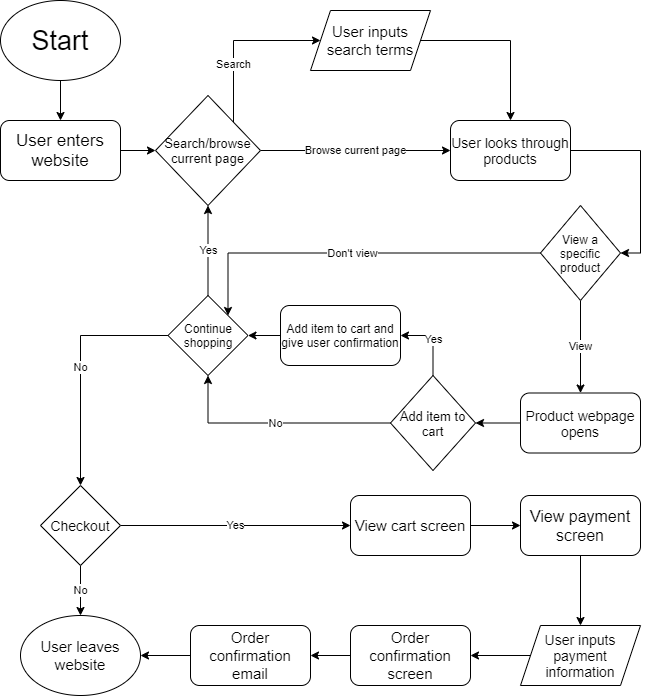
The draw.io diagram part2/part2.drawio.png in s8subram/sp21-cse110-lab4, before a commit. Source tidied: cells renumbered, new cells last; positions are measured from the earlier drawing's top-left corner, leaving out a move shared by most shapes. Source of this version:
```xml
<mxGraphModel>
  <root>
    <mxCell id="0" />
    <mxCell id="1" parent="0" />
    <mxCell id="2" style="edgeStyle=orthogonalEdgeStyle;rounded=0;jettySize=auto;html=1;entryX=0.5;entryY=0;entryDx=0;entryDy=0;" parent="1" edge="1" source="3" target="5">
      <mxGeometry relative="1" as="geometry" />
    </mxCell>
    <mxCell id="3" value="&lt;font style=&quot;font-size: 27px&quot;&gt;Start&lt;/font&gt;" style="ellipse;whiteSpace=wrap;html=1;" parent="1" vertex="1">
      <mxGeometry width="120" height="80" as="geometry" />
    </mxCell>
    <mxCell id="4" style="edgeStyle=orthogonalEdgeStyle;rounded=0;jettySize=auto;html=1;entryX=0;entryY=0.5;entryDx=0;entryDy=0;" parent="1" edge="1" source="5" target="8">
      <mxGeometry relative="1" as="geometry" />
    </mxCell>
    <mxCell id="5" value="&lt;font style=&quot;font-size: 17px&quot;&gt;User enters website&lt;/font&gt;" style="rounded=1;whiteSpace=wrap;html=1;" parent="1" vertex="1">
      <mxGeometry y="120" width="120" height="60" as="geometry" />
    </mxCell>
    <mxCell id="6" value="Browse current page" style="edgeStyle=orthogonalEdgeStyle;rounded=0;jettySize=auto;html=1;" parent="1" edge="1" source="8" target="12">
      <mxGeometry relative="1" as="geometry" />
    </mxCell>
    <mxCell id="7" value="Search" style="edgeStyle=orthogonalEdgeStyle;rounded=0;jettySize=auto;html=1;entryX=0;entryY=0.5;entryDx=0;entryDy=0;exitX=1;exitY=0;exitDx=0;exitDy=0;" parent="1" edge="1" source="8" target="10">
      <mxGeometry relative="1" as="geometry">
        <Array as="points">
          <mxPoint x="209" y="125" />
          <mxPoint x="233" y="125" />
          <mxPoint x="233" y="50" />
        </Array>
      </mxGeometry>
    </mxCell>
    <mxCell id="8" value="&lt;font style=&quot;font-size: 13px&quot;&gt;Search/browse current page&lt;/font&gt;" style="rhombus;whiteSpace=wrap;html=1;" parent="1" vertex="1">
      <mxGeometry x="155" y="95" width="105" height="110" as="geometry" />
    </mxCell>
    <mxCell id="9" style="edgeStyle=orthogonalEdgeStyle;rounded=0;jettySize=auto;html=1;" parent="1" edge="1" source="10" target="12">
      <mxGeometry relative="1" as="geometry" />
    </mxCell>
    <mxCell id="10" value="&lt;font style=&quot;font-size: 15px&quot;&gt;User inputs search terms&lt;/font&gt;" style="shape=parallelogram;perimeter=parallelogramPerimeter;whiteSpace=wrap;html=1;fixedSize=1;" parent="1" vertex="1">
      <mxGeometry x="310" y="10" width="120" height="60" as="geometry" />
    </mxCell>
    <mxCell id="11" style="edgeStyle=orthogonalEdgeStyle;rounded=0;jettySize=auto;html=1;entryX=1;entryY=0.5;entryDx=0;entryDy=0;exitX=1;exitY=0.5;exitDx=0;exitDy=0;" parent="1" edge="1" source="12" target="15">
      <mxGeometry relative="1" as="geometry" />
    </mxCell>
    <mxCell id="12" value="&lt;font style=&quot;font-size: 14px&quot;&gt;User looks through products&lt;/font&gt;" style="rounded=1;whiteSpace=wrap;html=1;" parent="1" vertex="1">
      <mxGeometry x="450" y="120" width="120" height="60" as="geometry" />
    </mxCell>
    <mxCell id="13" value="View" style="edgeStyle=orthogonalEdgeStyle;rounded=0;jettySize=auto;html=1;entryX=0.5;entryY=0;entryDx=0;entryDy=0;exitX=0.5;exitY=1;exitDx=0;exitDy=0;" parent="1" edge="1" source="15" target="20">
      <mxGeometry relative="1" as="geometry" />
    </mxCell>
    <mxCell id="14" value="Don't view" style="edgeStyle=orthogonalEdgeStyle;rounded=0;jettySize=auto;html=1;entryX=1;entryY=0;entryDx=0;entryDy=0;" parent="1" edge="1" source="15" target="18">
      <mxGeometry relative="1" as="geometry">
        <Array as="points">
          <mxPoint x="228" y="253" />
        </Array>
      </mxGeometry>
    </mxCell>
    <mxCell id="15" value="View a specific product" style="rhombus;whiteSpace=wrap;html=1;" parent="1" vertex="1">
      <mxGeometry x="540" y="205" width="80" height="95" as="geometry" />
    </mxCell>
    <mxCell id="16" value="No" style="edgeStyle=orthogonalEdgeStyle;rounded=0;jettySize=auto;html=1;entryX=0.5;entryY=0;entryDx=0;entryDy=0;" parent="1" edge="1" source="18" target="28">
      <mxGeometry relative="1" as="geometry" />
    </mxCell>
    <mxCell id="17" value="Yes" style="edgeStyle=orthogonalEdgeStyle;rounded=0;jettySize=auto;html=1;entryX=0.5;entryY=1;entryDx=0;entryDy=0;" parent="1" edge="1" source="18" target="8">
      <mxGeometry relative="1" as="geometry" />
    </mxCell>
    <mxCell id="18" value="Continue shopping" style="rhombus;whiteSpace=wrap;html=1;" parent="1" vertex="1">
      <mxGeometry x="167.5" y="295" width="80" height="80" as="geometry" />
    </mxCell>
    <mxCell id="19" style="edgeStyle=orthogonalEdgeStyle;rounded=0;jettySize=auto;html=1;entryX=1;entryY=0.5;entryDx=0;entryDy=0;" parent="1" edge="1" source="20" target="23">
      <mxGeometry relative="1" as="geometry" />
    </mxCell>
    <mxCell id="20" value="&lt;font style=&quot;font-size: 14px&quot;&gt;Product webpage opens&lt;/font&gt;" style="rounded=1;whiteSpace=wrap;html=1;" parent="1" vertex="1">
      <mxGeometry x="520" y="392.5" width="120" height="60" as="geometry" />
    </mxCell>
    <mxCell id="21" value="No" style="edgeStyle=orthogonalEdgeStyle;rounded=0;jettySize=auto;html=1;entryX=0.5;entryY=1;entryDx=0;entryDy=0;" parent="1" edge="1" source="23" target="18">
      <mxGeometry relative="1" as="geometry" />
    </mxCell>
    <mxCell id="22" value="Yes" style="edgeStyle=orthogonalEdgeStyle;rounded=0;jettySize=auto;html=1;entryX=1;entryY=0.5;entryDx=0;entryDy=0;" parent="1" edge="1" source="23" target="25">
      <mxGeometry relative="1" as="geometry" />
    </mxCell>
    <mxCell id="23" value="&lt;font style=&quot;font-size: 13px&quot;&gt;Add item to cart&lt;/font&gt;" style="rhombus;whiteSpace=wrap;html=1;" parent="1" vertex="1">
      <mxGeometry x="390" y="375" width="85" height="95" as="geometry" />
    </mxCell>
    <mxCell id="24" style="edgeStyle=orthogonalEdgeStyle;rounded=0;jettySize=auto;html=1;entryX=1;entryY=0.5;entryDx=0;entryDy=0;" parent="1" edge="1" source="25" target="18">
      <mxGeometry relative="1" as="geometry" />
    </mxCell>
    <mxCell id="25" value="Add item to cart and give user confirmation" style="rounded=1;whiteSpace=wrap;html=1;" parent="1" vertex="1">
      <mxGeometry x="280" y="305" width="120" height="60" as="geometry" />
    </mxCell>
    <mxCell id="26" value="No" style="edgeStyle=orthogonalEdgeStyle;rounded=0;jettySize=auto;html=1;entryX=0.5;entryY=0;entryDx=0;entryDy=0;" parent="1" edge="1" source="28" target="29">
      <mxGeometry relative="1" as="geometry" />
    </mxCell>
    <mxCell id="27" value="Yes" style="edgeStyle=orthogonalEdgeStyle;rounded=0;jettySize=auto;html=1;entryX=0;entryY=0.5;entryDx=0;entryDy=0;" parent="1" edge="1" source="28" target="31">
      <mxGeometry relative="1" as="geometry" />
    </mxCell>
    <mxCell id="28" value="&lt;font style=&quot;font-size: 14px&quot;&gt;Checkout&lt;/font&gt;" style="rhombus;whiteSpace=wrap;html=1;" parent="1" vertex="1">
      <mxGeometry x="40" y="485" width="80" height="80" as="geometry" />
    </mxCell>
    <mxCell id="29" value="&lt;font style=&quot;font-size: 15px&quot;&gt;User leaves website&lt;/font&gt;" style="ellipse;whiteSpace=wrap;html=1;" parent="1" vertex="1">
      <mxGeometry x="20" y="615" width="120" height="80" as="geometry" />
    </mxCell>
    <mxCell id="30" style="edgeStyle=orthogonalEdgeStyle;rounded=0;jettySize=auto;html=1;entryX=0;entryY=0.5;entryDx=0;entryDy=0;" parent="1" edge="1" source="31" target="33">
      <mxGeometry relative="1" as="geometry" />
    </mxCell>
    <mxCell id="31" value="&lt;font style=&quot;font-size: 15px&quot;&gt;View cart screen&lt;/font&gt;" style="rounded=1;whiteSpace=wrap;html=1;" parent="1" vertex="1">
      <mxGeometry x="350" y="495" width="120" height="60" as="geometry" />
    </mxCell>
    <mxCell id="32" style="edgeStyle=orthogonalEdgeStyle;rounded=0;jettySize=auto;html=1;entryX=0.5;entryY=0;entryDx=0;entryDy=0;" parent="1" edge="1" source="33" target="35">
      <mxGeometry relative="1" as="geometry" />
    </mxCell>
    <mxCell id="33" value="&lt;font style=&quot;font-size: 16px&quot;&gt;View payment screen&lt;/font&gt;" style="rounded=1;whiteSpace=wrap;html=1;" parent="1" vertex="1">
      <mxGeometry x="520" y="495" width="120" height="60" as="geometry" />
    </mxCell>
    <mxCell id="34" style="edgeStyle=orthogonalEdgeStyle;rounded=0;jettySize=auto;html=1;entryX=1;entryY=0.5;entryDx=0;entryDy=0;" parent="1" edge="1" source="35" target="37">
      <mxGeometry relative="1" as="geometry" />
    </mxCell>
    <mxCell id="35" value="&lt;font style=&quot;font-size: 14px&quot;&gt;User inputs payment information&lt;/font&gt;" style="shape=parallelogram;perimeter=parallelogramPerimeter;whiteSpace=wrap;html=1;fixedSize=1;" parent="1" vertex="1">
      <mxGeometry x="520" y="625" width="120" height="60" as="geometry" />
    </mxCell>
    <mxCell id="36" style="edgeStyle=orthogonalEdgeStyle;rounded=0;jettySize=auto;html=1;entryX=1;entryY=0.5;entryDx=0;entryDy=0;" parent="1" edge="1" source="37" target="39">
      <mxGeometry relative="1" as="geometry" />
    </mxCell>
    <mxCell id="37" value="&lt;font style=&quot;font-size: 15px&quot;&gt;Order confirmation screen&lt;/font&gt;" style="rounded=1;whiteSpace=wrap;html=1;" parent="1" vertex="1">
      <mxGeometry x="350" y="625" width="120" height="60" as="geometry" />
    </mxCell>
    <mxCell id="38" style="edgeStyle=orthogonalEdgeStyle;rounded=0;jettySize=auto;html=1;entryX=1;entryY=0.5;entryDx=0;entryDy=0;" parent="1" edge="1" source="39" target="29">
      <mxGeometry relative="1" as="geometry" />
    </mxCell>
    <mxCell id="39" value="&lt;font style=&quot;font-size: 15px&quot;&gt;Order confirmation email&lt;/font&gt;" style="rounded=1;whiteSpace=wrap;html=1;" parent="1" vertex="1">
      <mxGeometry x="190" y="625" width="120" height="60" as="geometry" />
    </mxCell>
  </root>
</mxGraphModel>
```
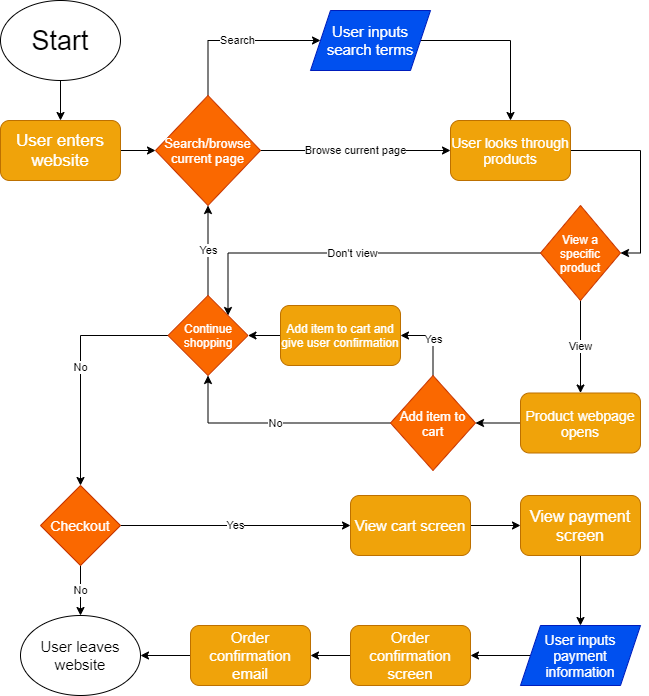
The same file after the commit.

Commit message:
Aesthetic improvements to part 2

What changed in the source:
```diff
@@ -11,34 +11,32 @@
     <mxCell id="4" style="edgeStyle=orthogonalEdgeStyle;rounded=0;jettySize=auto;html=1;entryX=0;entryY=0.5;entryDx=0;entryDy=0;" parent="1" edge="1" source="5" target="8">
       <mxGeometry relative="1" as="geometry" />
     </mxCell>
-    <mxCell id="5" value="&lt;font style=&quot;font-size: 17px&quot;&gt;User enters website&lt;/font&gt;" style="rounded=1;whiteSpace=wrap;html=1;" parent="1" vertex="1">
+    <mxCell id="5" value="&lt;font style=&quot;font-size: 17px&quot;&gt;User enters website&lt;/font&gt;" style="rounded=1;whiteSpace=wrap;html=1;fillColor=#f0a30a;strokeColor=#BD7000;fontColor=#ffffff;" parent="1" vertex="1">
       <mxGeometry y="120" width="120" height="60" as="geometry" />
     </mxCell>
     <mxCell id="6" value="Browse current page" style="edgeStyle=orthogonalEdgeStyle;rounded=0;jettySize=auto;html=1;" parent="1" edge="1" source="8" target="12">
       <mxGeometry relative="1" as="geometry" />
     </mxCell>
-    <mxCell id="7" value="Search" style="edgeStyle=orthogonalEdgeStyle;rounded=0;jettySize=auto;html=1;entryX=0;entryY=0.5;entryDx=0;entryDy=0;exitX=1;exitY=0;exitDx=0;exitDy=0;" parent="1" edge="1" source="8" target="10">
+    <mxCell id="7" value="Search" style="edgeStyle=orthogonalEdgeStyle;rounded=0;jettySize=auto;html=1;entryX=0;entryY=0.5;entryDx=0;entryDy=0;exitX=0.5;exitY=0;exitDx=0;exitDy=0;" parent="1" edge="1" source="8" target="10">
       <mxGeometry relative="1" as="geometry">
         <Array as="points">
-          <mxPoint x="209" y="125" />
-          <mxPoint x="233" y="125" />
-          <mxPoint x="233" y="50" />
+          <mxPoint x="208" y="40" />
         </Array>
       </mxGeometry>
     </mxCell>
-    <mxCell id="8" value="&lt;font style=&quot;font-size: 13px&quot;&gt;Search/browse current page&lt;/font&gt;" style="rhombus;whiteSpace=wrap;html=1;" parent="1" vertex="1">
+    <mxCell id="8" value="&lt;font style=&quot;font-size: 13px&quot;&gt;Search/browse current page&lt;/font&gt;" style="rhombus;whiteSpace=wrap;html=1;fillColor=#fa6800;strokeColor=#C73500;fontColor=#ffffff;" parent="1" vertex="1">
       <mxGeometry x="155" y="95" width="105" height="110" as="geometry" />
     </mxCell>
     <mxCell id="9" style="edgeStyle=orthogonalEdgeStyle;rounded=0;jettySize=auto;html=1;" parent="1" edge="1" source="10" target="12">
       <mxGeometry relative="1" as="geometry" />
     </mxCell>
-    <mxCell id="10" value="&lt;font style=&quot;font-size: 15px&quot;&gt;User inputs search terms&lt;/font&gt;" style="shape=parallelogram;perimeter=parallelogramPerimeter;whiteSpace=wrap;html=1;fixedSize=1;" parent="1" vertex="1">
+    <mxCell id="10" value="&lt;font style=&quot;font-size: 15px&quot;&gt;User inputs search terms&lt;/font&gt;" style="shape=parallelogram;perimeter=parallelogramPerimeter;whiteSpace=wrap;html=1;fixedSize=1;fillColor=#0050ef;strokeColor=#001DBC;fontColor=#ffffff;" parent="1" vertex="1">
       <mxGeometry x="310" y="10" width="120" height="60" as="geometry" />
     </mxCell>
     <mxCell id="11" style="edgeStyle=orthogonalEdgeStyle;rounded=0;jettySize=auto;html=1;entryX=1;entryY=0.5;entryDx=0;entryDy=0;exitX=1;exitY=0.5;exitDx=0;exitDy=0;" parent="1" edge="1" source="12" target="15">
       <mxGeometry relative="1" as="geometry" />
     </mxCell>
-    <mxCell id="12" value="&lt;font style=&quot;font-size: 14px&quot;&gt;User looks through products&lt;/font&gt;" style="rounded=1;whiteSpace=wrap;html=1;" parent="1" vertex="1">
+    <mxCell id="12" value="&lt;font style=&quot;font-size: 14px&quot;&gt;User looks through products&lt;/font&gt;" style="rounded=1;whiteSpace=wrap;html=1;fillColor=#f0a30a;strokeColor=#BD7000;fontColor=#ffffff;" parent="1" vertex="1">
       <mxGeometry x="450" y="120" width="120" height="60" as="geometry" />
     </mxCell>
     <mxCell id="13" value="View" style="edgeStyle=orthogonalEdgeStyle;rounded=0;jettySize=auto;html=1;entryX=0.5;entryY=0;entryDx=0;entryDy=0;exitX=0.5;exitY=1;exitDx=0;exitDy=0;" parent="1" edge="1" source="15" target="20">
@@ -51,7 +49,7 @@
         </Array>
       </mxGeometry>
     </mxCell>
-    <mxCell id="15" value="View a specific product" style="rhombus;whiteSpace=wrap;html=1;" parent="1" vertex="1">
+    <mxCell id="15" value="View a specific product" style="rhombus;whiteSpace=wrap;html=1;fillColor=#fa6800;strokeColor=#C73500;fontColor=#ffffff;" parent="1" vertex="1">
       <mxGeometry x="540" y="205" width="80" height="95" as="geometry" />
     </mxCell>
     <mxCell id="16" value="No" style="edgeStyle=orthogonalEdgeStyle;rounded=0;jettySize=auto;html=1;entryX=0.5;entryY=0;entryDx=0;entryDy=0;" parent="1" edge="1" source="18" target="28">
@@ -60,13 +58,13 @@
     <mxCell id="17" value="Yes" style="edgeStyle=orthogonalEdgeStyle;rounded=0;jettySize=auto;html=1;entryX=0.5;entryY=1;entryDx=0;entryDy=0;" parent="1" edge="1" source="18" target="8">
       <mxGeometry relative="1" as="geometry" />
     </mxCell>
-    <mxCell id="18" value="Continue shopping" style="rhombus;whiteSpace=wrap;html=1;" parent="1" vertex="1">
+    <mxCell id="18" value="Continue shopping" style="rhombus;whiteSpace=wrap;html=1;fillColor=#fa6800;strokeColor=#C73500;fontColor=#ffffff;" parent="1" vertex="1">
       <mxGeometry x="167.5" y="295" width="80" height="80" as="geometry" />
     </mxCell>
     <mxCell id="19" style="edgeStyle=orthogonalEdgeStyle;rounded=0;jettySize=auto;html=1;entryX=1;entryY=0.5;entryDx=0;entryDy=0;" parent="1" edge="1" source="20" target="23">
       <mxGeometry relative="1" as="geometry" />
     </mxCell>
-    <mxCell id="20" value="&lt;font style=&quot;font-size: 14px&quot;&gt;Product webpage opens&lt;/font&gt;" style="rounded=1;whiteSpace=wrap;html=1;" parent="1" vertex="1">
+    <mxCell id="20" value="&lt;font style=&quot;font-size: 14px&quot;&gt;Product webpage opens&lt;/font&gt;" style="rounded=1;whiteSpace=wrap;html=1;fillColor=#f0a30a;strokeColor=#BD7000;fontColor=#ffffff;" parent="1" vertex="1">
       <mxGeometry x="520" y="392.5" width="120" height="60" as="geometry" />
     </mxCell>
     <mxCell id="21" value="No" style="edgeStyle=orthogonalEdgeStyle;rounded=0;jettySize=auto;html=1;entryX=0.5;entryY=1;entryDx=0;entryDy=0;" parent="1" edge="1" source="23" target="18">
@@ -75,13 +73,13 @@
     <mxCell id="22" value="Yes" style="edgeStyle=orthogonalEdgeStyle;rounded=0;jettySize=auto;html=1;entryX=1;entryY=0.5;entryDx=0;entryDy=0;" parent="1" edge="1" source="23" target="25">
       <mxGeometry relative="1" as="geometry" />
     </mxCell>
-    <mxCell id="23" value="&lt;font style=&quot;font-size: 13px&quot;&gt;Add item to cart&lt;/font&gt;" style="rhombus;whiteSpace=wrap;html=1;" parent="1" vertex="1">
+    <mxCell id="23" value="&lt;font style=&quot;font-size: 13px&quot;&gt;Add item to cart&lt;/font&gt;" style="rhombus;whiteSpace=wrap;html=1;fillColor=#fa6800;strokeColor=#C73500;fontColor=#ffffff;" parent="1" vertex="1">
       <mxGeometry x="390" y="375" width="85" height="95" as="geometry" />
     </mxCell>
     <mxCell id="24" style="edgeStyle=orthogonalEdgeStyle;rounded=0;jettySize=auto;html=1;entryX=1;entryY=0.5;entryDx=0;entryDy=0;" parent="1" edge="1" source="25" target="18">
       <mxGeometry relative="1" as="geometry" />
     </mxCell>
-    <mxCell id="25" value="Add item to cart and give user confirmation" style="rounded=1;whiteSpace=wrap;html=1;" parent="1" vertex="1">
+    <mxCell id="25" value="Add item to cart and give user confirmation" style="rounded=1;whiteSpace=wrap;html=1;fillColor=#f0a30a;strokeColor=#BD7000;fontColor=#ffffff;" parent="1" vertex="1">
       <mxGeometry x="280" y="305" width="120" height="60" as="geometry" />
     </mxCell>
     <mxCell id="26" value="No" style="edgeStyle=orthogonalEdgeStyle;rounded=0;jettySize=auto;html=1;entryX=0.5;entryY=0;entryDx=0;entryDy=0;" parent="1" edge="1" source="28" target="29">
@@ -90,7 +88,7 @@
     <mxCell id="27" value="Yes" style="edgeStyle=orthogonalEdgeStyle;rounded=0;jettySize=auto;html=1;entryX=0;entryY=0.5;entryDx=0;entryDy=0;" parent="1" edge="1" source="28" target="31">
       <mxGeometry relative="1" as="geometry" />
     </mxCell>
-    <mxCell id="28" value="&lt;font style=&quot;font-size: 14px&quot;&gt;Checkout&lt;/font&gt;" style="rhombus;whiteSpace=wrap;html=1;" parent="1" vertex="1">
+    <mxCell id="28" value="&lt;font style=&quot;font-size: 14px&quot;&gt;Checkout&lt;/font&gt;" style="rhombus;whiteSpace=wrap;html=1;fillColor=#fa6800;strokeColor=#C73500;fontColor=#ffffff;" parent="1" vertex="1">
       <mxGeometry x="40" y="485" width="80" height="80" as="geometry" />
     </mxCell>
     <mxCell id="29" value="&lt;font style=&quot;font-size: 15px&quot;&gt;User leaves website&lt;/font&gt;" style="ellipse;whiteSpace=wrap;html=1;" parent="1" vertex="1">
@@ -99,31 +97,31 @@
     <mxCell id="30" style="edgeStyle=orthogonalEdgeStyle;rounded=0;jettySize=auto;html=1;entryX=0;entryY=0.5;entryDx=0;entryDy=0;" parent="1" edge="1" source="31" target="33">
       <mxGeometry relative="1" as="geometry" />
     </mxCell>
-    <mxCell id="31" value="&lt;font style=&quot;font-size: 15px&quot;&gt;View cart screen&lt;/font&gt;" style="rounded=1;whiteSpace=wrap;html=1;" parent="1" vertex="1">
+    <mxCell id="31" value="&lt;font style=&quot;font-size: 15px&quot;&gt;View cart screen&lt;/font&gt;" style="rounded=1;whiteSpace=wrap;html=1;fillColor=#f0a30a;strokeColor=#BD7000;fontColor=#ffffff;" parent="1" vertex="1">
       <mxGeometry x="350" y="495" width="120" height="60" as="geometry" />
     </mxCell>
     <mxCell id="32" style="edgeStyle=orthogonalEdgeStyle;rounded=0;jettySize=auto;html=1;entryX=0.5;entryY=0;entryDx=0;entryDy=0;" parent="1" edge="1" source="33" target="35">
       <mxGeometry relative="1" as="geometry" />
     </mxCell>
-    <mxCell id="33" value="&lt;font style=&quot;font-size: 16px&quot;&gt;View payment screen&lt;/font&gt;" style="rounded=1;whiteSpace=wrap;html=1;" parent="1" vertex="1">
+    <mxCell id="33" value="&lt;font style=&quot;font-size: 16px&quot;&gt;View payment screen&lt;/font&gt;" style="rounded=1;whiteSpace=wrap;html=1;fillColor=#f0a30a;strokeColor=#BD7000;fontColor=#ffffff;" parent="1" vertex="1">
       <mxGeometry x="520" y="495" width="120" height="60" as="geometry" />
     </mxCell>
     <mxCell id="34" style="edgeStyle=orthogonalEdgeStyle;rounded=0;jettySize=auto;html=1;entryX=1;entryY=0.5;entryDx=0;entryDy=0;" parent="1" edge="1" source="35" target="37">
       <mxGeometry relative="1" as="geometry" />
     </mxCell>
-    <mxCell id="35" value="&lt;font style=&quot;font-size: 14px&quot;&gt;User inputs payment information&lt;/font&gt;" style="shape=parallelogram;perimeter=parallelogramPerimeter;whiteSpace=wrap;html=1;fixedSize=1;" parent="1" vertex="1">
+    <mxCell id="35" value="&lt;font style=&quot;font-size: 14px&quot;&gt;User inputs payment information&lt;/font&gt;" style="shape=parallelogram;perimeter=parallelogramPerimeter;whiteSpace=wrap;html=1;fixedSize=1;fillColor=#0050ef;strokeColor=#001DBC;fontColor=#ffffff;" parent="1" vertex="1">
       <mxGeometry x="520" y="625" width="120" height="60" as="geometry" />
     </mxCell>
     <mxCell id="36" style="edgeStyle=orthogonalEdgeStyle;rounded=0;jettySize=auto;html=1;entryX=1;entryY=0.5;entryDx=0;entryDy=0;" parent="1" edge="1" source="37" target="39">
       <mxGeometry relative="1" as="geometry" />
     </mxCell>
-    <mxCell id="37" value="&lt;font style=&quot;font-size: 15px&quot;&gt;Order confirmation screen&lt;/font&gt;" style="rounded=1;whiteSpace=wrap;html=1;" parent="1" vertex="1">
+    <mxCell id="37" value="&lt;font style=&quot;font-size: 15px&quot;&gt;Order confirmation screen&lt;/font&gt;" style="rounded=1;whiteSpace=wrap;html=1;fillColor=#f0a30a;strokeColor=#BD7000;fontColor=#ffffff;" parent="1" vertex="1">
       <mxGeometry x="350" y="625" width="120" height="60" as="geometry" />
     </mxCell>
     <mxCell id="38" style="edgeStyle=orthogonalEdgeStyle;rounded=0;jettySize=auto;html=1;entryX=1;entryY=0.5;entryDx=0;entryDy=0;" parent="1" edge="1" source="39" target="29">
       <mxGeometry relative="1" as="geometry" />
     </mxCell>
-    <mxCell id="39" value="&lt;font style=&quot;font-size: 15px&quot;&gt;Order confirmation email&lt;/font&gt;" style="rounded=1;whiteSpace=wrap;html=1;" parent="1" vertex="1">
+    <mxCell id="39" value="&lt;font style=&quot;font-size: 15px&quot;&gt;Order confirmation email&lt;/font&gt;" style="rounded=1;whiteSpace=wrap;html=1;fillColor=#f0a30a;strokeColor=#BD7000;fontColor=#ffffff;" parent="1" vertex="1">
       <mxGeometry x="190" y="625" width="120" height="60" as="geometry" />
     </mxCell>
   </root>
```
